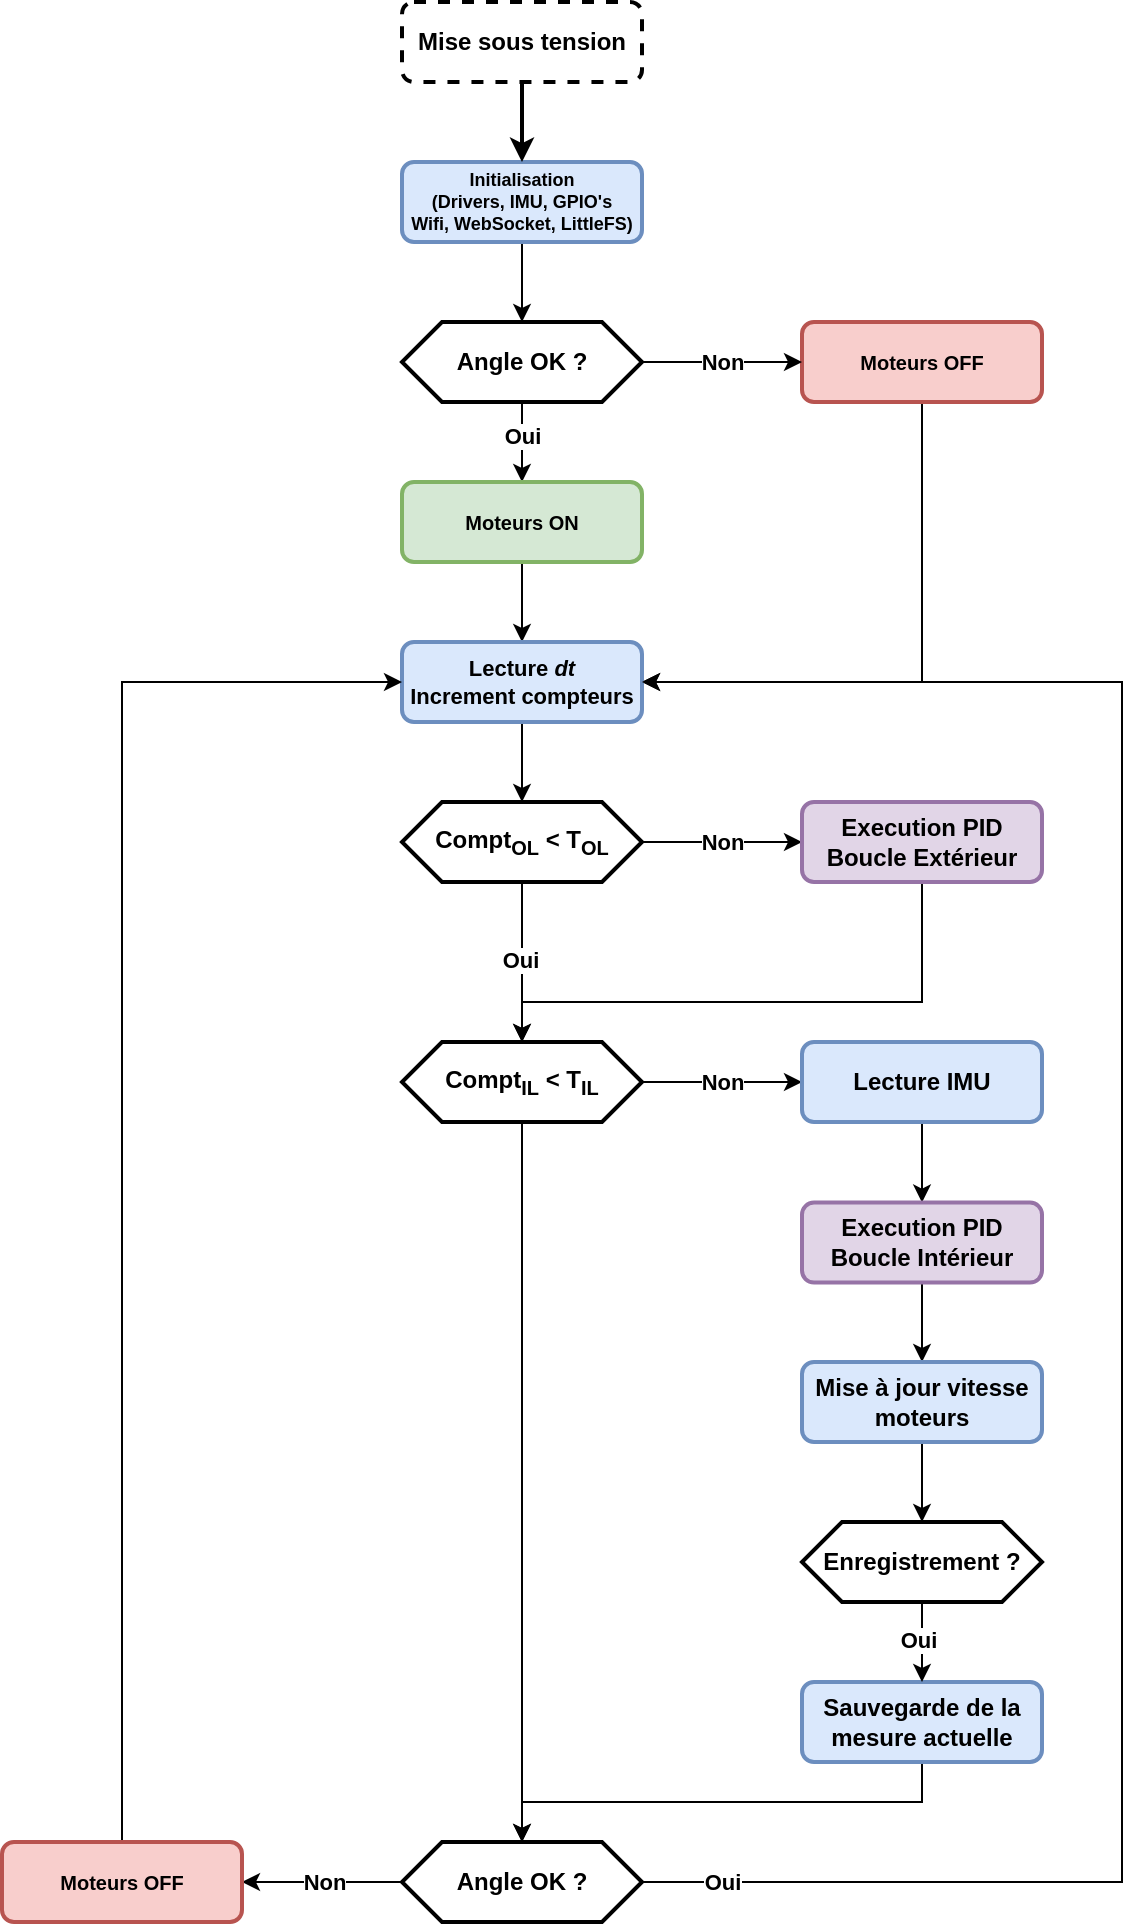
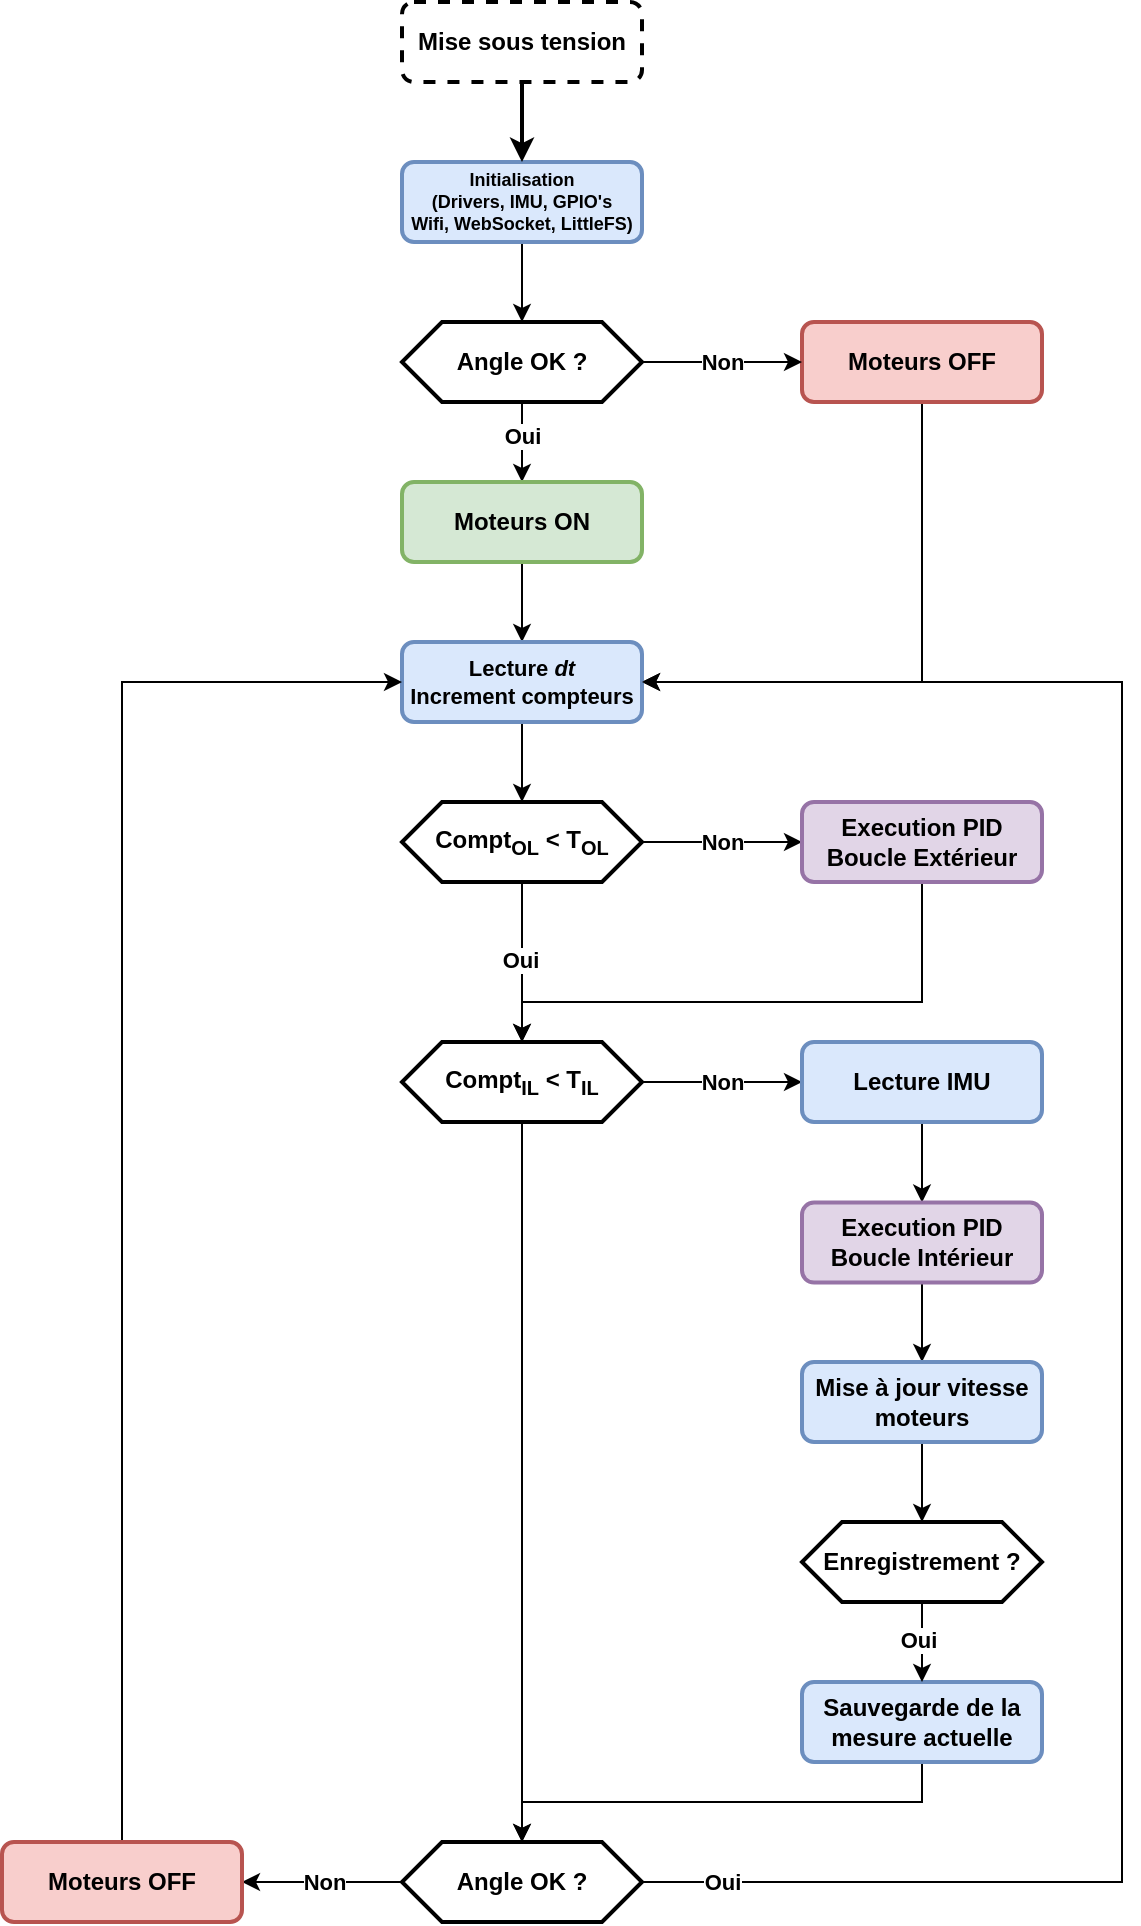
<mxfile host="Electron" agent="Mozilla/5.0 (Windows NT 10.0; Win64; x64) AppleWebKit/537.36 (KHTML, like Gecko) draw.io/28.1.2 Chrome/138.0.7204.243 Electron/37.4.0 Safari/537.36" version="28.1.2">
  <diagram name="Page-1" id="jjF6Z4soYPwatu_BmJz7">
-     <mxGraphModel dx="1158" dy="696" grid="1" gridSize="10" guides="1" tooltips="1" connect="1" arrows="1" fold="1" page="1" pageScale="1" pageWidth="827" pageHeight="1169" math="0" shadow="0">
+     <mxGraphModel dx="947" dy="569" grid="1" gridSize="10" guides="1" tooltips="1" connect="1" arrows="1" fold="1" page="1" pageScale="1" pageWidth="827" pageHeight="1169" math="0" shadow="0">
      <root>
        <mxCell id="0" />
        <mxCell id="1" parent="0" />
        <mxCell id="2YC1-memHxYBwXYtI8Gx-10" style="edgeStyle=orthogonalEdgeStyle;rounded=0;orthogonalLoop=1;jettySize=auto;html=1;entryX=0.5;entryY=0;entryDx=0;entryDy=0;strokeWidth=1;fontStyle=1;fontFamily=Helvetica;" parent="1" source="2YC1-memHxYBwXYtI8Gx-2" edge="1">
          <mxGeometry relative="1" as="geometry">
            <mxPoint x="300" y="240" as="targetPoint" />
          </mxGeometry>
        </mxCell>
        <mxCell id="2YC1-memHxYBwXYtI8Gx-2" value="Initialisation&lt;br&gt;(Drivers, IMU, GPIO&#39;s&lt;br&gt;Wifi, WebSocket, LittleFS)" style="rounded=1;whiteSpace=wrap;html=1;fontSize=9;fillColor=#dae8fc;strokeColor=#6c8ebf;strokeWidth=2;fontStyle=1;fontFamily=Helvetica;" parent="1" vertex="1">
          <mxGeometry x="240" y="160" width="120" height="40" as="geometry" />
        </mxCell>
        <mxCell id="2YC1-memHxYBwXYtI8Gx-5" style="edgeStyle=orthogonalEdgeStyle;rounded=0;orthogonalLoop=1;jettySize=auto;html=1;entryX=0.5;entryY=0;entryDx=0;entryDy=0;strokeWidth=2;fontStyle=1;fontFamily=Helvetica;" parent="1" source="2YC1-memHxYBwXYtI8Gx-4" target="2YC1-memHxYBwXYtI8Gx-2" edge="1">
          <mxGeometry relative="1" as="geometry" />
        </mxCell>
        <mxCell id="2YC1-memHxYBwXYtI8Gx-4" value="Mise sous tension" style="rounded=1;whiteSpace=wrap;html=1;dashed=1;strokeWidth=2;fontStyle=1;fontFamily=Helvetica;" parent="1" vertex="1">
          <mxGeometry x="240" y="80" width="120" height="40" as="geometry" />
        </mxCell>
        <mxCell id="2YC1-memHxYBwXYtI8Gx-44" style="edgeStyle=orthogonalEdgeStyle;rounded=0;orthogonalLoop=1;jettySize=auto;html=1;entryX=1;entryY=0.5;entryDx=0;entryDy=0;strokeWidth=1;fontStyle=1;fontFamily=Helvetica;" parent="1" source="2YC1-memHxYBwXYtI8Gx-11" target="2YC1-memHxYBwXYtI8Gx-20" edge="1">
          <mxGeometry relative="1" as="geometry">
            <Array as="points">
              <mxPoint x="500" y="420" />
            </Array>
          </mxGeometry>
        </mxCell>
-         <mxCell id="2YC1-memHxYBwXYtI8Gx-11" value="Moteurs OFF" style="rounded=1;whiteSpace=wrap;html=1;fontSize=10;fillColor=#f8cecc;strokeColor=#b85450;strokeWidth=2;fontStyle=1;fontFamily=Helvetica;" parent="1" vertex="1">
+         <mxCell id="2YC1-memHxYBwXYtI8Gx-11" value="Moteurs OFF" style="rounded=1;whiteSpace=wrap;html=1;fontSize=12;fillColor=#f8cecc;strokeColor=#b85450;strokeWidth=2;fontStyle=1;fontFamily=Helvetica;" parent="1" vertex="1">
          <mxGeometry x="440" y="240" width="120" height="40" as="geometry" />
        </mxCell>
        <mxCell id="2YC1-memHxYBwXYtI8Gx-13" value="" style="edgeStyle=orthogonalEdgeStyle;rounded=0;orthogonalLoop=1;jettySize=auto;html=1;strokeWidth=1;fontStyle=1;fontFamily=Helvetica;" parent="1" source="2YC1-memHxYBwXYtI8Gx-12" target="2YC1-memHxYBwXYtI8Gx-11" edge="1">
          <mxGeometry relative="1" as="geometry">
            <Array as="points">
              <mxPoint x="390" y="260" />
              <mxPoint x="390" y="260" />
            </Array>
          </mxGeometry>
        </mxCell>
        <mxCell id="2YC1-memHxYBwXYtI8Gx-14" value="Non" style="edgeLabel;html=1;align=center;verticalAlign=middle;resizable=0;points=[];fontStyle=1;fontFamily=Helvetica;" parent="2YC1-memHxYBwXYtI8Gx-13" vertex="1" connectable="0">
          <mxGeometry x="-0.278" relative="1" as="geometry">
            <mxPoint x="11" as="offset" />
          </mxGeometry>
        </mxCell>
        <mxCell id="2YC1-memHxYBwXYtI8Gx-17" style="edgeStyle=orthogonalEdgeStyle;rounded=0;orthogonalLoop=1;jettySize=auto;html=1;entryX=0.5;entryY=0;entryDx=0;entryDy=0;strokeWidth=1;fontStyle=1;fontFamily=Helvetica;" parent="1" source="2YC1-memHxYBwXYtI8Gx-12" target="2YC1-memHxYBwXYtI8Gx-16" edge="1">
          <mxGeometry relative="1" as="geometry" />
        </mxCell>
        <mxCell id="2YC1-memHxYBwXYtI8Gx-18" value="Oui" style="edgeLabel;html=1;align=center;verticalAlign=middle;resizable=0;points=[];fontStyle=1;fontFamily=Helvetica;" parent="2YC1-memHxYBwXYtI8Gx-17" vertex="1" connectable="0">
          <mxGeometry x="-0.1571" y="1" relative="1" as="geometry">
            <mxPoint x="-1" as="offset" />
          </mxGeometry>
        </mxCell>
        <mxCell id="2YC1-memHxYBwXYtI8Gx-12" value="Angle OK ?" style="shape=hexagon;perimeter=hexagonPerimeter2;whiteSpace=wrap;html=1;fixedSize=1;strokeWidth=2;fontStyle=1;fontFamily=Helvetica;" parent="1" vertex="1">
          <mxGeometry x="240" y="240" width="120" height="40" as="geometry" />
        </mxCell>
        <mxCell id="2YC1-memHxYBwXYtI8Gx-23" style="edgeStyle=orthogonalEdgeStyle;rounded=0;orthogonalLoop=1;jettySize=auto;html=1;strokeWidth=1;fontStyle=1;fontFamily=Helvetica;" parent="1" source="2YC1-memHxYBwXYtI8Gx-16" target="2YC1-memHxYBwXYtI8Gx-20" edge="1">
          <mxGeometry relative="1" as="geometry" />
        </mxCell>
-         <mxCell id="2YC1-memHxYBwXYtI8Gx-16" value="Moteurs ON" style="rounded=1;whiteSpace=wrap;html=1;fontSize=10;fillColor=#d5e8d4;strokeColor=#82b366;strokeWidth=2;fontStyle=1;fontFamily=Helvetica;" parent="1" vertex="1">
+         <mxCell id="2YC1-memHxYBwXYtI8Gx-16" value="Moteurs ON" style="rounded=1;whiteSpace=wrap;html=1;fontSize=12;fillColor=#d5e8d4;strokeColor=#82b366;strokeWidth=2;fontStyle=1;fontFamily=Helvetica;" parent="1" vertex="1">
          <mxGeometry x="240" y="320" width="120" height="40" as="geometry" />
        </mxCell>
        <mxCell id="2YC1-memHxYBwXYtI8Gx-24" style="edgeStyle=orthogonalEdgeStyle;rounded=0;orthogonalLoop=1;jettySize=auto;html=1;entryX=0.5;entryY=0;entryDx=0;entryDy=0;strokeWidth=1;fontStyle=1;fontFamily=Helvetica;" parent="1" source="2YC1-memHxYBwXYtI8Gx-20" target="2YC1-memHxYBwXYtI8Gx-22" edge="1">
          <mxGeometry relative="1" as="geometry" />
        </mxCell>
        <mxCell id="2YC1-memHxYBwXYtI8Gx-20" value="Lecture &lt;i&gt;dt&lt;/i&gt;&lt;br&gt;Increment compteurs" style="rounded=1;whiteSpace=wrap;html=1;fillColor=#dae8fc;strokeColor=#6c8ebf;strokeWidth=2;fontStyle=1;fontSize=11;fontFamily=Helvetica;" parent="1" vertex="1">
          <mxGeometry x="240" y="400" width="120" height="40" as="geometry" />
        </mxCell>
        <mxCell id="2YC1-memHxYBwXYtI8Gx-26" style="edgeStyle=orthogonalEdgeStyle;rounded=0;orthogonalLoop=1;jettySize=auto;html=1;entryX=0;entryY=0.5;entryDx=0;entryDy=0;fontStyle=1;fontSize=11;strokeWidth=1;fontFamily=Helvetica;" parent="1" source="2YC1-memHxYBwXYtI8Gx-22" target="2YC1-memHxYBwXYtI8Gx-25" edge="1">
          <mxGeometry relative="1" as="geometry" />
        </mxCell>
        <mxCell id="2YC1-memHxYBwXYtI8Gx-29" value="Non" style="edgeLabel;html=1;align=center;verticalAlign=middle;resizable=0;points=[];fontStyle=1;fontFamily=Helvetica;" parent="2YC1-memHxYBwXYtI8Gx-26" vertex="1" connectable="0">
          <mxGeometry x="-0.3293" relative="1" as="geometry">
            <mxPoint x="13" as="offset" />
          </mxGeometry>
        </mxCell>
        <mxCell id="2YC1-memHxYBwXYtI8Gx-28" value="" style="edgeStyle=orthogonalEdgeStyle;rounded=0;orthogonalLoop=1;jettySize=auto;html=1;strokeWidth=1;fontStyle=1;fontFamily=Helvetica;" parent="1" source="2YC1-memHxYBwXYtI8Gx-22" target="2YC1-memHxYBwXYtI8Gx-27" edge="1">
          <mxGeometry relative="1" as="geometry">
            <Array as="points">
              <mxPoint x="300" y="590" />
              <mxPoint x="300" y="590" />
            </Array>
          </mxGeometry>
        </mxCell>
        <mxCell id="2YC1-memHxYBwXYtI8Gx-30" value="Oui" style="edgeLabel;html=1;align=center;verticalAlign=middle;resizable=0;points=[];fontStyle=1;fontFamily=Helvetica;" parent="2YC1-memHxYBwXYtI8Gx-28" vertex="1" connectable="0">
          <mxGeometry x="-0.0383" y="-1" relative="1" as="geometry">
            <mxPoint as="offset" />
          </mxGeometry>
        </mxCell>
        <mxCell id="2YC1-memHxYBwXYtI8Gx-22" value="Compt&lt;sub&gt;OL&lt;/sub&gt; &amp;lt; T&lt;sub&gt;OL&lt;/sub&gt;" style="shape=hexagon;perimeter=hexagonPerimeter2;whiteSpace=wrap;html=1;fixedSize=1;strokeWidth=2;fontStyle=1;fontFamily=Helvetica;" parent="1" vertex="1">
          <mxGeometry x="240" y="480" width="120" height="40" as="geometry" />
        </mxCell>
        <mxCell id="2YC1-memHxYBwXYtI8Gx-31" style="edgeStyle=orthogonalEdgeStyle;rounded=0;orthogonalLoop=1;jettySize=auto;html=1;entryX=0.5;entryY=0;entryDx=0;entryDy=0;strokeWidth=1;fontStyle=1;fontFamily=Helvetica;" parent="1" source="2YC1-memHxYBwXYtI8Gx-25" target="2YC1-memHxYBwXYtI8Gx-27" edge="1">
          <mxGeometry relative="1" as="geometry">
            <Array as="points">
              <mxPoint x="500" y="580" />
              <mxPoint x="300" y="580" />
            </Array>
          </mxGeometry>
        </mxCell>
        <mxCell id="2YC1-memHxYBwXYtI8Gx-25" value="Execution PID&lt;br&gt;Boucle Extérieur" style="rounded=1;whiteSpace=wrap;html=1;fillColor=#e1d5e7;strokeColor=#9673a6;strokeWidth=2;fontStyle=1;fontFamily=Helvetica;" parent="1" vertex="1">
          <mxGeometry x="440" y="480" width="120" height="40" as="geometry" />
        </mxCell>
        <mxCell id="2YC1-memHxYBwXYtI8Gx-54" value="" style="edgeStyle=orthogonalEdgeStyle;rounded=0;orthogonalLoop=1;jettySize=auto;html=1;strokeWidth=1;fontStyle=1;fontFamily=Helvetica;" parent="1" source="2YC1-memHxYBwXYtI8Gx-27" target="2YC1-memHxYBwXYtI8Gx-35" edge="1">
          <mxGeometry relative="1" as="geometry">
            <Array as="points">
              <mxPoint x="430" y="620" />
              <mxPoint x="430" y="620" />
            </Array>
          </mxGeometry>
        </mxCell>
        <mxCell id="2YC1-memHxYBwXYtI8Gx-55" value="Non" style="edgeLabel;html=1;align=center;verticalAlign=middle;resizable=0;points=[];fontStyle=1;fontFamily=Helvetica;" parent="2YC1-memHxYBwXYtI8Gx-54" vertex="1" connectable="0">
          <mxGeometry x="-0.0864" y="1" relative="1" as="geometry">
            <mxPoint x="3" y="1" as="offset" />
          </mxGeometry>
        </mxCell>
        <mxCell id="2YC1-memHxYBwXYtI8Gx-57" style="edgeStyle=orthogonalEdgeStyle;rounded=0;orthogonalLoop=1;jettySize=auto;html=1;entryX=0.5;entryY=0;entryDx=0;entryDy=0;strokeWidth=1;fontStyle=1;fontFamily=Helvetica;" parent="1" source="2YC1-memHxYBwXYtI8Gx-27" target="2YC1-memHxYBwXYtI8Gx-56" edge="1">
          <mxGeometry relative="1" as="geometry" />
        </mxCell>
        <mxCell id="2YC1-memHxYBwXYtI8Gx-27" value="Compt&lt;sub&gt;IL&lt;/sub&gt;&amp;nbsp;&amp;lt; T&lt;sub&gt;IL&lt;/sub&gt;" style="shape=hexagon;perimeter=hexagonPerimeter2;whiteSpace=wrap;html=1;fixedSize=1;strokeWidth=2;fontStyle=1;fontFamily=Helvetica;" parent="1" vertex="1">
          <mxGeometry x="240" y="600" width="120" height="40" as="geometry" />
        </mxCell>
        <mxCell id="2YC1-memHxYBwXYtI8Gx-38" style="edgeStyle=orthogonalEdgeStyle;rounded=0;orthogonalLoop=1;jettySize=auto;html=1;entryX=0.5;entryY=0;entryDx=0;entryDy=0;strokeWidth=1;fontStyle=1;fontFamily=Helvetica;" parent="1" source="2YC1-memHxYBwXYtI8Gx-35" target="2YC1-memHxYBwXYtI8Gx-37" edge="1">
          <mxGeometry relative="1" as="geometry">
            <mxPoint x="500" y="670" as="targetPoint" />
          </mxGeometry>
        </mxCell>
        <mxCell id="2YC1-memHxYBwXYtI8Gx-35" value="Lecture IMU" style="rounded=1;whiteSpace=wrap;html=1;fillColor=#dae8fc;strokeColor=#6c8ebf;strokeWidth=2;fontStyle=1;fontFamily=Helvetica;" parent="1" vertex="1">
          <mxGeometry x="440.0014285714286" y="600" width="120" height="40" as="geometry" />
        </mxCell>
        <mxCell id="2YC1-memHxYBwXYtI8Gx-40" style="edgeStyle=orthogonalEdgeStyle;rounded=0;orthogonalLoop=1;jettySize=auto;html=1;entryX=0.5;entryY=0;entryDx=0;entryDy=0;strokeWidth=1;fontStyle=1;fontFamily=Helvetica;" parent="1" source="2YC1-memHxYBwXYtI8Gx-37" target="2YC1-memHxYBwXYtI8Gx-39" edge="1">
          <mxGeometry relative="1" as="geometry" />
        </mxCell>
        <mxCell id="2YC1-memHxYBwXYtI8Gx-37" value="Execution PID&lt;br&gt;Boucle Intérieur" style="rounded=1;whiteSpace=wrap;html=1;fillColor=#e1d5e7;strokeColor=#9673a6;strokeWidth=2;fontStyle=1;fontFamily=Helvetica;" parent="1" vertex="1">
          <mxGeometry x="440" y="680.29" width="120" height="40" as="geometry" />
        </mxCell>
        <mxCell id="2YC1-memHxYBwXYtI8Gx-49" style="edgeStyle=orthogonalEdgeStyle;rounded=0;orthogonalLoop=1;jettySize=auto;html=1;entryX=0.5;entryY=0;entryDx=0;entryDy=0;strokeWidth=1;fontStyle=1;fontFamily=Helvetica;" parent="1" source="2YC1-memHxYBwXYtI8Gx-39" target="2YC1-memHxYBwXYtI8Gx-47" edge="1">
          <mxGeometry relative="1" as="geometry" />
        </mxCell>
        <mxCell id="2YC1-memHxYBwXYtI8Gx-39" value="Mise à jour vitesse moteurs" style="rounded=1;whiteSpace=wrap;html=1;fillColor=#dae8fc;strokeColor=#6c8ebf;strokeWidth=2;fontStyle=1;fontFamily=Helvetica;" parent="1" vertex="1">
          <mxGeometry x="440" y="760" width="120" height="40" as="geometry" />
        </mxCell>
        <mxCell id="2YC1-memHxYBwXYtI8Gx-47" value="Enregistrement ?" style="shape=hexagon;perimeter=hexagonPerimeter2;whiteSpace=wrap;html=1;fixedSize=1;strokeWidth=2;fontStyle=1;fontFamily=Helvetica;" parent="1" vertex="1">
          <mxGeometry x="440" y="840" width="120" height="40" as="geometry" />
        </mxCell>
        <mxCell id="2YC1-memHxYBwXYtI8Gx-58" style="edgeStyle=orthogonalEdgeStyle;rounded=0;orthogonalLoop=1;jettySize=auto;html=1;entryX=0.5;entryY=0;entryDx=0;entryDy=0;strokeWidth=1;fontStyle=1;fontFamily=Helvetica;" parent="1" source="2YC1-memHxYBwXYtI8Gx-50" target="2YC1-memHxYBwXYtI8Gx-56" edge="1">
          <mxGeometry relative="1" as="geometry">
            <Array as="points">
              <mxPoint x="500" y="980" />
              <mxPoint x="300" y="980" />
            </Array>
          </mxGeometry>
        </mxCell>
        <mxCell id="2YC1-memHxYBwXYtI8Gx-50" value="Sauvegarde de la mesure actuelle" style="rounded=1;whiteSpace=wrap;html=1;fillColor=#dae8fc;strokeColor=#6c8ebf;strokeWidth=2;fontStyle=1;fontFamily=Helvetica;" parent="1" vertex="1">
          <mxGeometry x="440" y="920" width="120" height="40" as="geometry" />
        </mxCell>
        <mxCell id="2YC1-memHxYBwXYtI8Gx-51" style="edgeStyle=orthogonalEdgeStyle;rounded=0;orthogonalLoop=1;jettySize=auto;html=1;entryX=0.5;entryY=0;entryDx=0;entryDy=0;strokeWidth=1;fontStyle=1;fontFamily=Helvetica;" parent="1" source="2YC1-memHxYBwXYtI8Gx-47" target="2YC1-memHxYBwXYtI8Gx-50" edge="1">
          <mxGeometry relative="1" as="geometry" />
        </mxCell>
        <mxCell id="2YC1-memHxYBwXYtI8Gx-52" value="Oui" style="edgeLabel;html=1;align=center;verticalAlign=middle;resizable=0;points=[];fontStyle=1;fontFamily=Helvetica;" parent="2YC1-memHxYBwXYtI8Gx-51" vertex="1" connectable="0">
          <mxGeometry x="-0.116" y="1" relative="1" as="geometry">
            <mxPoint x="-3" y="1" as="offset" />
          </mxGeometry>
        </mxCell>
        <mxCell id="2YC1-memHxYBwXYtI8Gx-64" value="" style="edgeStyle=orthogonalEdgeStyle;rounded=0;orthogonalLoop=1;jettySize=auto;html=1;fontStyle=1;strokeWidth=1;fontFamily=Helvetica;" parent="1" source="2YC1-memHxYBwXYtI8Gx-56" target="2YC1-memHxYBwXYtI8Gx-63" edge="1">
          <mxGeometry relative="1" as="geometry">
            <Array as="points">
              <mxPoint x="210" y="1020" />
              <mxPoint x="210" y="1020" />
            </Array>
          </mxGeometry>
        </mxCell>
        <mxCell id="2YC1-memHxYBwXYtI8Gx-65" value="Non" style="edgeLabel;html=1;align=center;verticalAlign=middle;resizable=0;points=[];fontStyle=1;fontFamily=Helvetica;" parent="2YC1-memHxYBwXYtI8Gx-64" vertex="1" connectable="0">
          <mxGeometry x="-0.0183" relative="1" as="geometry">
            <mxPoint as="offset" />
          </mxGeometry>
        </mxCell>
        <mxCell id="2YC1-memHxYBwXYtI8Gx-68" style="edgeStyle=orthogonalEdgeStyle;rounded=0;orthogonalLoop=1;jettySize=auto;html=1;entryX=1;entryY=0.5;entryDx=0;entryDy=0;strokeWidth=1;fontStyle=1;fontFamily=Helvetica;" parent="1" source="2YC1-memHxYBwXYtI8Gx-56" target="2YC1-memHxYBwXYtI8Gx-20" edge="1">
          <mxGeometry relative="1" as="geometry">
            <Array as="points">
              <mxPoint x="600" y="1020" />
              <mxPoint x="600" y="420" />
            </Array>
          </mxGeometry>
        </mxCell>
        <mxCell id="2YC1-memHxYBwXYtI8Gx-69" value="Oui" style="edgeLabel;html=1;align=center;verticalAlign=middle;resizable=0;points=[];fontStyle=1;fontFamily=Helvetica;" parent="2YC1-memHxYBwXYtI8Gx-68" vertex="1" connectable="0">
          <mxGeometry x="-0.9556" relative="1" as="geometry">
            <mxPoint x="16" as="offset" />
          </mxGeometry>
        </mxCell>
        <mxCell id="2YC1-memHxYBwXYtI8Gx-56" value="Angle OK ?" style="shape=hexagon;perimeter=hexagonPerimeter2;whiteSpace=wrap;html=1;fixedSize=1;strokeWidth=2;fontStyle=1;fontFamily=Helvetica;" parent="1" vertex="1">
          <mxGeometry x="240" y="1000" width="120" height="40" as="geometry" />
        </mxCell>
        <mxCell id="2YC1-memHxYBwXYtI8Gx-66" style="edgeStyle=orthogonalEdgeStyle;rounded=0;orthogonalLoop=1;jettySize=auto;html=1;entryX=0;entryY=0.5;entryDx=0;entryDy=0;strokeWidth=1;fontStyle=1;fontFamily=Helvetica;" parent="1" source="2YC1-memHxYBwXYtI8Gx-63" target="2YC1-memHxYBwXYtI8Gx-20" edge="1">
          <mxGeometry relative="1" as="geometry">
            <Array as="points">
              <mxPoint x="100" y="420" />
            </Array>
          </mxGeometry>
        </mxCell>
-         <mxCell id="2YC1-memHxYBwXYtI8Gx-63" value="Moteurs OFF" style="rounded=1;whiteSpace=wrap;html=1;fontSize=10;fillColor=#f8cecc;strokeColor=#b85450;strokeWidth=2;fontStyle=1;fontFamily=Helvetica;" parent="1" vertex="1">
+         <mxCell id="2YC1-memHxYBwXYtI8Gx-63" value="Moteurs OFF" style="rounded=1;whiteSpace=wrap;html=1;fontSize=12;fillColor=#f8cecc;strokeColor=#b85450;strokeWidth=2;fontStyle=1;fontFamily=Helvetica;" parent="1" vertex="1">
          <mxGeometry x="40" y="1000" width="120" height="40" as="geometry" />
        </mxCell>
      </root>
    </mxGraphModel>
  </diagram>
</mxfile>
